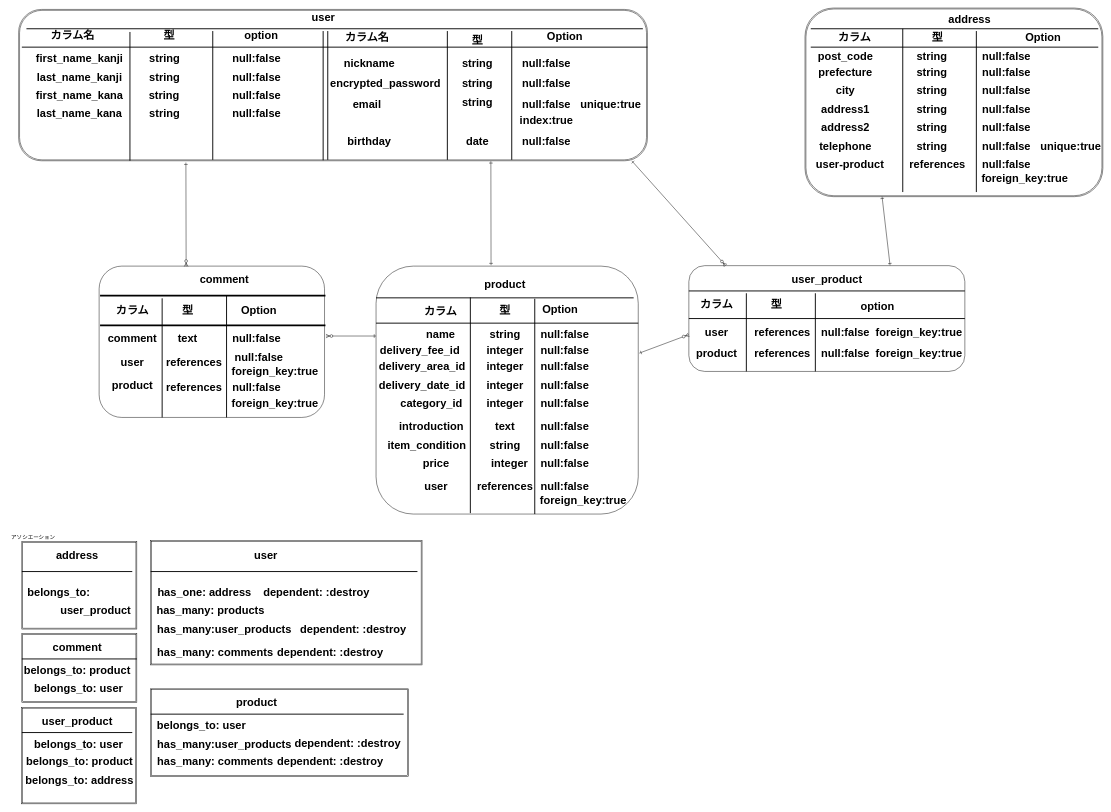
The draw.io diagram test.dio in Kaneko-Yukihiro0117/furima-32413, before the edit. Source tidied: cells renumbered, new cells numbered last; positions are measured from the earlier drawing's top-left corner, leaving out a move shared by most shapes. Both pictures are drawn from the tidied source at 46%, with x=0, y=0 at pixel (8, 8).
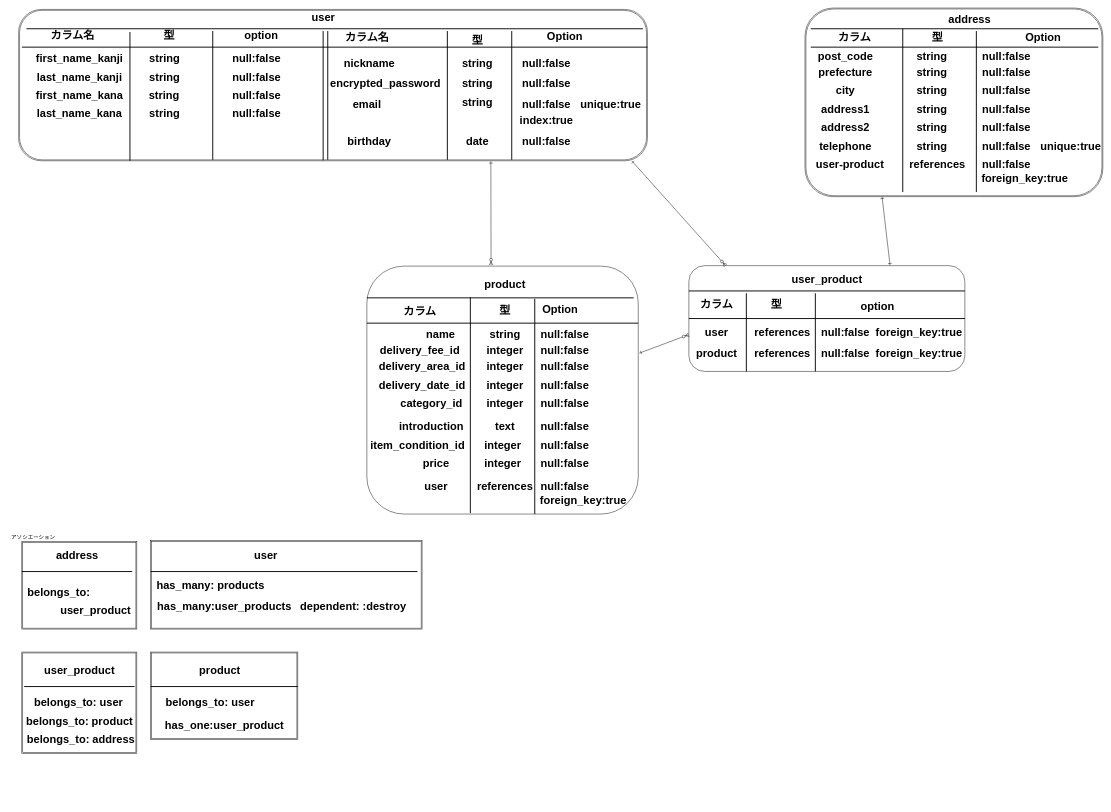
The same diagram, later.

Unchanged cells that the change refers to:
```xml
<mxCell id="5" style="shape=ext;double=1;rounded=1;whiteSpace=wrap;html=1;" parent="1" vertex="1">
  <mxGeometry x="23" y="3" width="1367" height="329" as="geometry" />
</mxCell>
```

Diff of the diagram source:
```diff
@@
-    <mxCell id="2" style="shape=ext;double=1;rounded=0;whiteSpace=wrap;html=1;" parent="1" vertex="1">
-      <mxGeometry x="30" y="1360" width="250" height="150" as="geometry" />
-    </mxCell>
-    <mxCell id="3" style="rounded=1;whiteSpace=wrap;html=1;" parent="1" vertex="1">
-      <mxGeometry x="198" y="561" width="490" height="329" as="geometry" />
-    </mxCell>
@@
     <mxCell id="64" style="rounded=1;whiteSpace=wrap;html=1;" parent="1" vertex="1">
-      <mxGeometry x="800" y="561" width="570" height="539" as="geometry" />
+      <mxGeometry x="780" y="561" width="590" height="539" as="geometry" />
     </mxCell>
@@
     <mxCell id="78" style="line;strokeWidth=2;html=1;" parent="1" vertex="1">
-      <mxGeometry x="800" y="625" width="560" height="10" as="geometry" />
+      <mxGeometry x="780" y="625" width="580" height="10" as="geometry" />
     </mxCell>
@@
     <mxCell id="81" style="line;strokeWidth=2;html=1;" parent="1" vertex="1">
-      <mxGeometry x="800" y="680" width="570" height="10" as="geometry" />
+      <mxGeometry x="780" y="680" width="590" height="10" as="geometry" />
     </mxCell>
@@
     <mxCell id="85" value="カラム" style="text;strokeColor=none;fillColor=none;html=1;fontSize=24;fontStyle=1;verticalAlign=middle;align=center;" parent="1" vertex="1">
-      <mxGeometry x="890" y="642" width="100" height="35" as="geometry" />
+      <mxGeometry x="845" y="642" width="100" height="35" as="geometry" />
     </mxCell>
@@
-    <mxCell id="87" value="product" style="text;strokeColor=none;fillColor=none;html=1;fontSize=24;fontStyle=1;verticalAlign=middle;align=center;" parent="1" vertex="1">
-      <mxGeometry x="220" y="800" width="100" height="40" as="geometry" />
-    </mxCell>
@@
-    <mxCell id="92" value="text" style="text;strokeColor=none;fillColor=none;html=1;fontSize=24;fontStyle=1;verticalAlign=middle;align=center;" parent="1" vertex="1">
-      <mxGeometry x="340" y="698" width="100" height="40" as="geometry" />
-    </mxCell>
-    <mxCell id="93" value="references" style="text;strokeColor=none;fillColor=none;html=1;fontSize=24;fontStyle=1;verticalAlign=middle;align=center;" parent="1" vertex="1">
-      <mxGeometry x="354" y="750" width="100" height="40" as="geometry" />
-    </mxCell>
@@
-    <mxCell id="96" value="null:false" style="text;strokeColor=none;fillColor=none;html=1;fontSize=24;fontStyle=1;verticalAlign=middle;align=center;" parent="1" vertex="1">
-      <mxGeometry x="490" y="810" width="100" height="30" as="geometry" />
-    </mxCell>
@@
-    <mxCell id="98" value="null:false" style="text;strokeColor=none;fillColor=none;html=1;fontSize=24;fontStyle=1;verticalAlign=middle;align=center;" parent="1" vertex="1">
-      <mxGeometry x="495" y="740" width="100" height="40" as="geometry" />
-    </mxCell>
@@
-    <mxCell id="100" value="null:false" style="text;strokeColor=none;fillColor=none;html=1;fontSize=24;fontStyle=1;verticalAlign=middle;align=center;" parent="1" vertex="1">
-      <mxGeometry x="490" y="698" width="100" height="40" as="geometry" />
-    </mxCell>
@@
     <mxCell id="112" style="shape=ext;double=1;rounded=0;whiteSpace=wrap;html=1;" parent="1" vertex="1">
-      <mxGeometry x="29" y="1520" width="250" height="210" as="geometry" />
+      <mxGeometry x="30" y="1400" width="250" height="220" as="geometry" />
     </mxCell>
-    <mxCell id="113" value="comment" style="text;strokeColor=none;fillColor=none;html=1;fontSize=24;fontStyle=1;verticalAlign=middle;align=center;" parent="1" vertex="1">
-      <mxGeometry x="100" y="1370" width="100" height="40" as="geometry" />
-    </mxCell>
-    <mxCell id="114" style="line;strokeWidth=2;html=1;" parent="1" vertex="1">
-      <mxGeometry x="30" y="1410" width="250" height="10" as="geometry" />
-    </mxCell>
-    <mxCell id="115" value="belongs_to: user" style="text;strokeColor=none;fillColor=none;html=1;fontSize=24;fontStyle=1;verticalAlign=middle;align=center;" parent="1" vertex="1">
-      <mxGeometry x="102.5" y="1460" width="100" height="40" as="geometry" />
-    </mxCell>
-    <mxCell id="116" value="belongs_to: product" style="text;strokeColor=none;fillColor=none;html=1;fontSize=24;fontStyle=1;verticalAlign=middle;align=center;" parent="1" vertex="1">
-      <mxGeometry x="100" y="1420" width="100" height="40" as="geometry" />
-    </mxCell>
     <mxCell id="117" style="shape=ext;double=1;rounded=0;whiteSpace=wrap;html=1;" parent="1" vertex="1">
-      <mxGeometry x="310" y="1158" width="590" height="270" as="geometry" />
+      <mxGeometry x="310" y="1158" width="590" height="192" as="geometry" />
     </mxCell>
@@
-    <mxCell id="120" value="has_one: address&amp;nbsp;" style="text;strokeColor=none;fillColor=none;html=1;fontSize=24;fontStyle=1;verticalAlign=middle;align=center;" parent="1" vertex="1">
-      <mxGeometry x="380" y="1250" width="100" height="40" as="geometry" />
-    </mxCell>
     <mxCell id="121" value="has_many: products" style="text;strokeColor=none;fillColor=none;html=1;fontSize=24;fontStyle=1;verticalAlign=middle;align=center;" parent="1" vertex="1">
-      <mxGeometry x="390" y="1290" width="100" height="40" as="geometry" />
+      <mxGeometry x="390" y="1235" width="100" height="40" as="geometry" />
     </mxCell>
-    <mxCell id="122" value="has_many: comments" style="text;strokeColor=none;fillColor=none;html=1;fontSize=24;fontStyle=1;verticalAlign=middle;align=center;" parent="1" vertex="1">
-      <mxGeometry x="400" y="1380" width="100" height="40" as="geometry" />
-    </mxCell>
     <mxCell id="123" style="shape=ext;double=1;rounded=0;whiteSpace=wrap;html=1;" parent="1" vertex="1">
-      <mxGeometry x="310" y="1480" width="560" height="190" as="geometry" />
+      <mxGeometry x="310" y="1400" width="320" height="190" as="geometry" />
     </mxCell>
-    <mxCell id="124" value="dependent: :destroy" style="text;strokeColor=none;fillColor=none;html=1;fontSize=24;fontStyle=1;verticalAlign=middle;align=center;" parent="1" vertex="1">
-      <mxGeometry x="620" y="1250" width="100" height="40" as="geometry" />
-    </mxCell>
-    <mxCell id="125" value="dependent: :destroy" style="text;strokeColor=none;fillColor=none;html=1;fontSize=24;fontStyle=1;verticalAlign=middle;align=center;" parent="1" vertex="1">
-      <mxGeometry x="650" y="1380" width="100" height="40" as="geometry" />
-    </mxCell>
     <mxCell id="126" value="product" style="text;strokeColor=none;fillColor=none;html=1;fontSize=24;fontStyle=1;verticalAlign=middle;align=center;" parent="1" vertex="1">
-      <mxGeometry x="490" y="1490" width="100" height="40" as="geometry" />
+      <mxGeometry x="410" y="1420" width="100" height="40" as="geometry" />
     </mxCell>
     <mxCell id="127" style="line;strokeWidth=2;html=1;" parent="1" vertex="1">
-      <mxGeometry x="310" y="1530" width="550" height="10" as="geometry" />
+      <mxGeometry x="310" y="1470" width="320" height="10" as="geometry" />
     </mxCell>
     <mxCell id="128" value="belongs_to: user" style="text;strokeColor=none;fillColor=none;html=1;fontSize=24;fontStyle=1;verticalAlign=middle;align=center;" parent="1" vertex="1">
-      <mxGeometry x="370" y="1540" width="100" height="40" as="geometry" />
+      <mxGeometry x="389" y="1490" width="100" height="40" as="geometry" />
     </mxCell>
-    <mxCell id="129" value="has_many: comments" style="text;strokeColor=none;fillColor=none;html=1;fontSize=24;fontStyle=1;verticalAlign=middle;align=center;" parent="1" vertex="1">
-      <mxGeometry x="400" y="1619" width="100" height="40" as="geometry" />
-    </mxCell>
-    <mxCell id="130" value="dependent: :destroy" style="text;strokeColor=none;fillColor=none;html=1;fontSize=24;fontStyle=1;verticalAlign=middle;align=center;" parent="1" vertex="1">
-      <mxGeometry x="650" y="1619" width="100" height="40" as="geometry" />
-    </mxCell>
@@
-    <mxCell id="142" value="comment" style="text;strokeColor=none;fillColor=none;html=1;fontSize=24;fontStyle=1;verticalAlign=middle;align=center;" parent="1" vertex="1">
-      <mxGeometry x="420" y="570" width="100" height="40" as="geometry" />
-    </mxCell>
-    <mxCell id="143" style="line;strokeWidth=4;html=1;perimeter=backbonePerimeter;" parent="1" vertex="1">
-      <mxGeometry x="200" y="620" width="490" height="10" as="geometry" />
-    </mxCell>
-    <mxCell id="144" style="line;strokeWidth=4;html=1;perimeter=backbonePerimeter;" parent="1" vertex="1">
-      <mxGeometry x="200" y="685" width="490" height="10" as="geometry" />
-    </mxCell>
-    <mxCell id="145" value="カラム" style="text;strokeColor=none;fillColor=none;html=1;fontSize=24;fontStyle=1;verticalAlign=middle;align=center;" parent="1" vertex="1">
-      <mxGeometry x="220" y="637" width="100" height="40" as="geometry" />
-    </mxCell>
@@
-    <mxCell id="147" style="line;strokeWidth=2;direction=south;html=1;" parent="1" vertex="1">
-      <mxGeometry x="330" y="631" width="10" height="259" as="geometry" />
-    </mxCell>
-    <mxCell id="148" style="line;strokeWidth=2;direction=south;html=1;" parent="1" vertex="1">
-      <mxGeometry x="470" y="625" width="10" height="265" as="geometry" />
-    </mxCell>
-    <mxCell id="149" value="型" style="text;strokeColor=none;fillColor=none;html=1;fontSize=24;fontStyle=1;verticalAlign=middle;align=center;" parent="1" vertex="1">
-      <mxGeometry x="340" y="637" width="100" height="40" as="geometry" />
-    </mxCell>
-    <mxCell id="150" value="Option" style="text;strokeColor=none;fillColor=none;html=1;fontSize=24;fontStyle=1;verticalAlign=middle;align=center;" parent="1" vertex="1">
-      <mxGeometry x="495" y="637" width="100" height="40" as="geometry" />
-    </mxCell>
-    <mxCell id="151" style="endArrow=ERone;html=1;entryX=0.266;entryY=1.012;entryDx=0;entryDy=0;entryPerimeter=0;startArrow=ERzeroToMany;startFill=1;endFill=0;exitX=0.386;exitY=0.003;exitDx=0;exitDy=0;exitPerimeter=0;" parent="1" edge="1" source="3" target="5">
-      <mxGeometry relative="1" as="geometry" />
-    </mxCell>
     <mxCell id="152" value="user_product" style="text;strokeColor=none;fillColor=none;html=1;fontSize=24;fontStyle=1;verticalAlign=middle;align=center;" parent="1" vertex="1">
-      <mxGeometry x="100" y="1530" width="100" height="40" as="geometry" />
+      <mxGeometry x="105" y="1420" width="100" height="40" as="geometry" />
     </mxCell>
     <mxCell id="153" style="line;strokeWidth=2;html=1;" parent="1" vertex="1">
-      <mxGeometry x="30" y="1570" width="240" height="10" as="geometry" />
+      <mxGeometry x="35" y="1470" width="240" height="10" as="geometry" />
     </mxCell>
     <mxCell id="154" value="belongs_to: user" style="text;strokeColor=none;fillColor=none;html=1;fontSize=24;fontStyle=1;verticalAlign=middle;align=center;" parent="1" vertex="1">
-      <mxGeometry x="102.5" y="1580" width="100" height="40" as="geometry" />
+      <mxGeometry x="102.5" y="1490" width="100" height="40" as="geometry" />
     </mxCell>
     <mxCell id="155" value="belongs_to: product" style="text;strokeColor=none;fillColor=none;html=1;fontSize=24;fontStyle=1;verticalAlign=middle;align=center;" parent="1" vertex="1">
-      <mxGeometry x="105" y="1619" width="100" height="40" as="geometry" />
+      <mxGeometry x="105" y="1530" width="100" height="40" as="geometry" />
     </mxCell>
-    <mxCell id="156" style="endArrow=ERone;html=1;startArrow=ERzeroToMany;startFill=1;endFill=0;" parent="1" edge="1">
-      <mxGeometry relative="1" as="geometry">
-        <mxPoint x="691" y="713" as="sourcePoint" />
-        <mxPoint x="800" y="713" as="targetPoint" />
-      </mxGeometry>
-    </mxCell>
@@
     <mxCell id="165" value="belongs_to: address" style="text;strokeColor=none;fillColor=none;html=1;fontSize=24;fontStyle=1;verticalAlign=middle;align=center;" parent="1" vertex="1">
-      <mxGeometry x="105" y="1660" width="100" height="40" as="geometry" />
+      <mxGeometry x="107.5" y="1570" width="100" height="40" as="geometry" />
     </mxCell>
@@
-    <mxCell id="168" value="comment" style="text;strokeColor=none;fillColor=none;html=1;fontSize=24;fontStyle=1;verticalAlign=middle;align=center;" parent="1" vertex="1">
-      <mxGeometry x="220" y="698" width="100" height="40" as="geometry" />
-    </mxCell>
-    <mxCell id="169" value="user" style="text;strokeColor=none;fillColor=none;html=1;fontSize=24;fontStyle=1;verticalAlign=middle;align=center;" parent="1" vertex="1">
-      <mxGeometry x="220" y="750" width="100" height="40" as="geometry" />
-    </mxCell>
-    <mxCell id="170" value="references" style="text;strokeColor=none;fillColor=none;html=1;fontSize=24;fontStyle=1;verticalAlign=middle;align=center;" parent="1" vertex="1">
-      <mxGeometry x="354" y="805" width="100" height="40" as="geometry" />
-    </mxCell>
-    <mxCell id="171" value="foreign_key:true" style="text;strokeColor=none;fillColor=none;html=1;fontSize=24;fontStyle=1;verticalAlign=middle;align=center;" parent="1" vertex="1">
-      <mxGeometry x="530" y="770" width="100" height="40" as="geometry" />
-    </mxCell>
-    <mxCell id="172" value="foreign_key:true" style="text;strokeColor=none;fillColor=none;html=1;fontSize=24;fontStyle=1;verticalAlign=middle;align=center;" parent="1" vertex="1">
-      <mxGeometry x="530" y="840" width="100" height="40" as="geometry" />
-    </mxCell>
-    <mxCell id="173" style="endArrow=ERone;html=1;entryX=0.751;entryY=1.006;entryDx=0;entryDy=0;entryPerimeter=0;endFill=0;startArrow=ERone;startFill=0;" parent="1" edge="1">
+    <mxCell id="173" style="endArrow=ERone;html=1;entryX=0.751;entryY=1.006;entryDx=0;entryDy=0;entryPerimeter=0;endFill=0;startArrow=ERzeroToMany;startFill=1;" parent="1" edge="1">
       <mxGeometry relative="1" as="geometry">
         <mxPoint x="1050" y="559" as="sourcePoint" />
         <mxPoint x="1049.6" y="333" as="targetPoint" />
       </mxGeometry>
     </mxCell>
@@
-    <mxCell id="176" value="item_condition" style="text;strokeColor=none;fillColor=none;html=1;fontSize=24;fontStyle=1;verticalAlign=middle;align=center;" parent="1" vertex="1">
-      <mxGeometry x="860" y="930" width="100" height="40" as="geometry" />
+    <mxCell id="176" value="item_condition_id" style="text;strokeColor=none;fillColor=none;html=1;fontSize=24;fontStyle=1;verticalAlign=middle;align=center;" parent="1" vertex="1">
+      <mxGeometry x="840" y="930" width="100" height="40" as="geometry" />
     </mxCell>
@@
     <mxCell id="179" value="integer" style="text;strokeColor=none;fillColor=none;html=1;fontSize=24;fontStyle=1;verticalAlign=middle;align=center;" parent="1" vertex="1">
-      <mxGeometry x="1040" y="970" width="100" height="40" as="geometry" />
+      <mxGeometry x="1025" y="970" width="100" height="40" as="geometry" />
     </mxCell>
@@
-    <mxCell id="181" value="string" style="text;strokeColor=none;fillColor=none;html=1;fontSize=24;fontStyle=1;verticalAlign=middle;align=center;" parent="1" vertex="1">
-      <mxGeometry x="1030" y="930" width="100" height="40" as="geometry" />
-    </mxCell>
@@
     <mxCell id="189" value="has_many:user_products" style="text;strokeColor=none;fillColor=none;html=1;fontSize=24;fontStyle=1;verticalAlign=middle;align=center;" parent="1" vertex="1">
-      <mxGeometry x="420" y="1330" width="100" height="40" as="geometry" />
+      <mxGeometry x="420" y="1280" width="100" height="40" as="geometry" />
     </mxCell>
     <mxCell id="190" value="dependent: :destroy" style="text;strokeColor=none;fillColor=none;html=1;fontSize=24;fontStyle=1;verticalAlign=middle;align=center;" parent="1" vertex="1">
-      <mxGeometry x="700" y="1330" width="100" height="40" as="geometry" />
+      <mxGeometry x="700" y="1280" width="100" height="40" as="geometry" />
     </mxCell>
-    <mxCell id="191" value="has_many:user_products" style="text;strokeColor=none;fillColor=none;html=1;fontSize=24;fontStyle=1;verticalAlign=middle;align=center;" parent="1" vertex="1">
-      <mxGeometry x="420" y="1580" width="100" height="40" as="geometry" />
+    <mxCell id="191" value="has_one:user_product" style="text;strokeColor=none;fillColor=none;html=1;fontSize=24;fontStyle=1;verticalAlign=middle;align=center;" parent="1" vertex="1">
+      <mxGeometry x="420" y="1539" width="100" height="40" as="geometry" />
     </mxCell>
-    <mxCell id="192" value="dependent: :destroy" style="text;strokeColor=none;fillColor=none;html=1;fontSize=24;fontStyle=1;verticalAlign=middle;align=center;" parent="1" vertex="1">
-      <mxGeometry x="688" y="1579" width="100" height="40" as="geometry" />
-    </mxCell>
+    <mxCell id="193" value="integer" style="text;strokeColor=none;fillColor=none;html=1;fontSize=24;fontStyle=1;verticalAlign=middle;align=center;" parent="1" vertex="1">
+      <mxGeometry x="1025" y="930" width="100" height="40" as="geometry" />
+    </mxCell>
```
